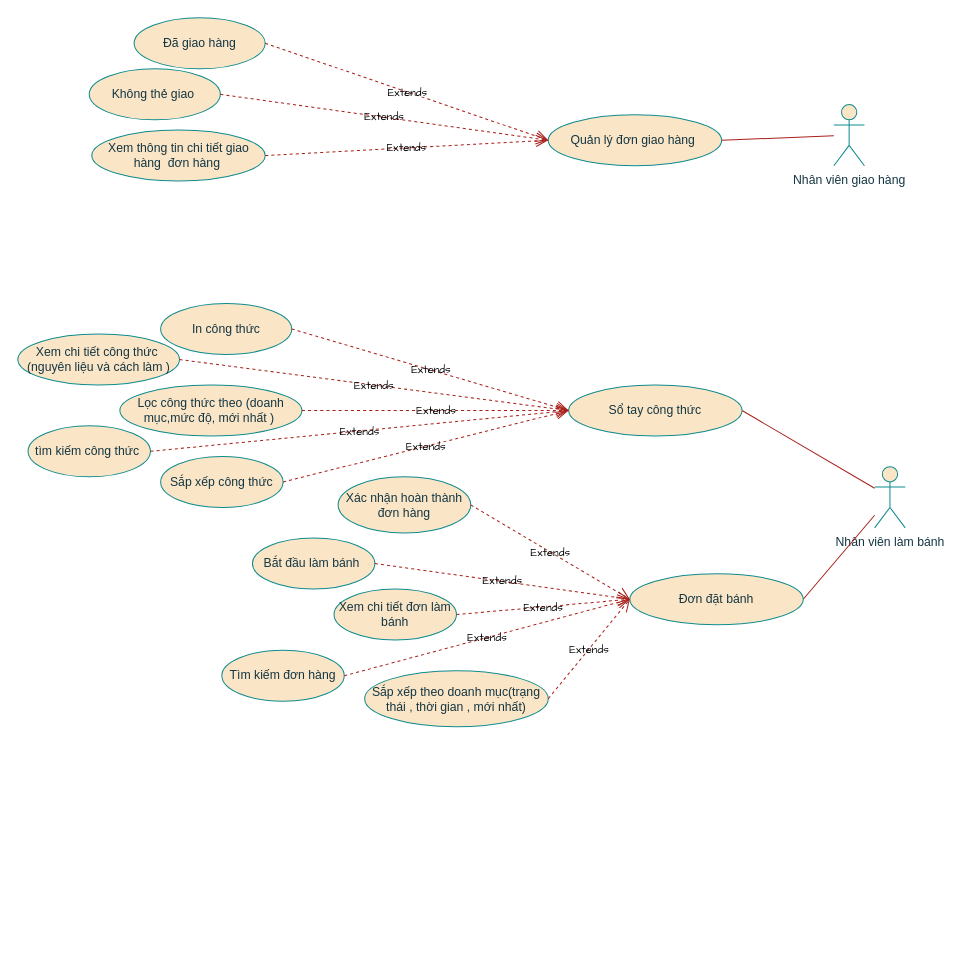
Earlier version of the draw.io diagram page "Nhân viên" (6 of 6) of Sơ đồ/UseCaseBakeryLuna.diagram.drawio (Thong5279/LunaBakeryDeploy). Source tidied: cells renumbered, new cells numbered last; positions are measured from the earlier drawing's top-left corner, leaving out a move shared by most shapes. Both pictures are drawn from the tidied source at 102%, with x=0, y=0 at pixel (17, 17).
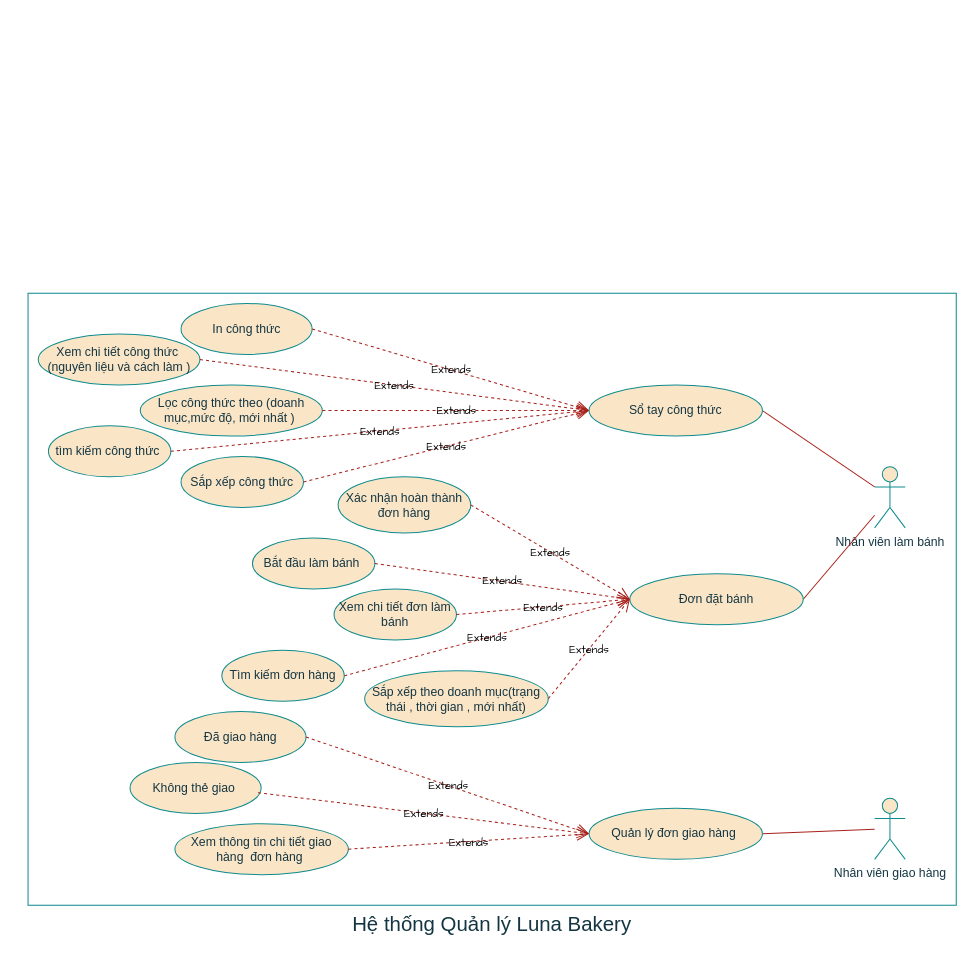
The same page after the edit.

Commit message:
Cập nhật sơ đồ Use Case cho hệ thống Quản lý Luna Bakery, điều chỉnh vị trí và kích thước các đối tượng để cải thiện tính trực quan và dễ hiểu.

Change to the diagram source:
```diff
@@
     <mxCell id="3" value="Nhân viên giao hàng" style="shape=umlActor;verticalLabelPosition=bottom;verticalAlign=top;html=1;labelBackgroundColor=none;fillColor=#FAE5C7;strokeColor=#0F8B8D;fontColor=#143642;" parent="1" vertex="1">
-      <mxGeometry x="800" y="85" width="30" height="60" as="geometry" />
+      <mxGeometry x="840" y="765" width="30" height="60" as="geometry" />
     </mxCell>
@@
     <mxCell id="7" value="Quản lý đơn giao hàng&amp;nbsp;" style="ellipse;whiteSpace=wrap;html=1;labelBackgroundColor=none;fillColor=#FAE5C7;strokeColor=#0F8B8D;fontColor=#143642;" parent="1" vertex="1">
-      <mxGeometry x="520" y="95" width="170" height="50" as="geometry" />
+      <mxGeometry x="560" y="775" width="170" height="50" as="geometry" />
     </mxCell>
     <mxCell id="8" value="Xem thông tin chi tiết giao hàng&amp;nbsp; đơn hàng&amp;nbsp;" style="ellipse;whiteSpace=wrap;html=1;labelBackgroundColor=none;fillColor=#FAE5C7;strokeColor=#0F8B8D;fontColor=#143642;" parent="1" vertex="1">
-      <mxGeometry x="72.5" y="110" width="170" height="50" as="geometry" />
+      <mxGeometry x="154" y="790" width="170" height="50" as="geometry" />
     </mxCell>
@@
     <mxCell id="10" value="Sổ tay công thức" style="ellipse;whiteSpace=wrap;html=1;labelBackgroundColor=none;fillColor=#FAE5C7;strokeColor=#0F8B8D;fontColor=#143642;" parent="1" vertex="1">
-      <mxGeometry x="540" y="360" width="170" height="50" as="geometry" />
+      <mxGeometry x="560" y="360" width="170" height="50" as="geometry" />
     </mxCell>
     <mxCell id="11" value="tìm kiếm công thức&amp;nbsp;" style="ellipse;whiteSpace=wrap;html=1;labelBackgroundColor=none;fillColor=#FAE5C7;strokeColor=#0F8B8D;fontColor=#143642;" parent="1" vertex="1">
-      <mxGeometry x="10" y="400" width="120" height="50" as="geometry" />
+      <mxGeometry x="30" y="400" width="120" height="50" as="geometry" />
     </mxCell>
@@
     <mxCell id="13" value="Lọc công thức theo (doanh mục,mức độ, mới nhất )&amp;nbsp;" style="ellipse;whiteSpace=wrap;html=1;labelBackgroundColor=none;fillColor=#FAE5C7;strokeColor=#0F8B8D;fontColor=#143642;" parent="1" vertex="1">
-      <mxGeometry x="100" y="360" width="178.5" height="50" as="geometry" />
+      <mxGeometry x="120" y="360" width="178.5" height="50" as="geometry" />
     </mxCell>
@@
     <mxCell id="15" value="Xem chi tiết công thức&amp;nbsp;&lt;br&gt;(nguyên liệu và cách làm )" style="ellipse;whiteSpace=wrap;html=1;labelBackgroundColor=none;fillColor=#FAE5C7;strokeColor=#0F8B8D;fontColor=#143642;" parent="1" vertex="1">
-      <mxGeometry y="310" width="158.5" height="50" as="geometry" />
+      <mxGeometry x="20" y="310" width="158.5" height="50" as="geometry" />
     </mxCell>
@@
     <mxCell id="17" value="In công thức" style="ellipse;whiteSpace=wrap;html=1;labelBackgroundColor=none;fillColor=#FAE5C7;strokeColor=#0F8B8D;fontColor=#143642;" parent="1" vertex="1">
-      <mxGeometry x="140" y="280" width="128.5" height="50" as="geometry" />
+      <mxGeometry x="160" y="280" width="128.5" height="50" as="geometry" />
     </mxCell>
@@
     <mxCell id="19" value="Sắp xếp công thức" style="ellipse;whiteSpace=wrap;html=1;labelBackgroundColor=none;fillColor=#FAE5C7;strokeColor=#0F8B8D;fontColor=#143642;" parent="1" vertex="1">
-      <mxGeometry x="140" y="430" width="120" height="50" as="geometry" />
+      <mxGeometry x="160" y="430" width="120" height="50" as="geometry" />
     </mxCell>
@@
     <mxCell id="31" value="Đã giao hàng" style="ellipse;whiteSpace=wrap;html=1;labelBackgroundColor=none;fillColor=#FAE5C7;strokeColor=#0F8B8D;fontColor=#143642;" parent="1" vertex="1">
-      <mxGeometry x="114" width="128.5" height="50" as="geometry" />
+      <mxGeometry x="154" y="680" width="128.5" height="50" as="geometry" />
     </mxCell>
@@
     <mxCell id="33" value="Không thẻ giao&amp;nbsp;" style="ellipse;whiteSpace=wrap;html=1;labelBackgroundColor=none;fillColor=#FAE5C7;strokeColor=#0F8B8D;fontColor=#143642;" parent="1" vertex="1">
-      <mxGeometry x="70" y="50" width="128.5" height="50" as="geometry" />
+      <mxGeometry x="110" y="730" width="128.5" height="50" as="geometry" />
     </mxCell>
-    <mxCell id="34" value="Extends" style="endArrow=open;endSize=10;endFill=0;html=1;rounded=0;hachureGap=4;fontFamily=Architects Daughter;exitX=1;exitY=0.5;exitDx=0;exitDy=0;entryX=0;entryY=0.5;entryDx=0;entryDy=0;startFill=0;startArrow=none;labelBackgroundColor=none;strokeColor=#A8201A;fontColor=default;dashed=1;" parent="1" edge="1" source="33" target="7">
+    <mxCell id="34" value="Extends" style="endArrow=open;endSize=10;endFill=0;html=1;rounded=0;hachureGap=4;fontFamily=Architects Daughter;exitX=0.976;exitY=0.592;exitDx=0;exitDy=0;entryX=0;entryY=0.5;entryDx=0;entryDy=0;startFill=0;startArrow=none;labelBackgroundColor=none;strokeColor=#A8201A;fontColor=default;dashed=1;exitPerimeter=0;" parent="1" edge="1" source="33" target="7">
       <mxGeometry relative="1" as="geometry" />
     </mxCell>
@@
+    <mxCell id="36" value="Hệ thống Quản lý Luna Bakery" style="shape=rectangle;labelPosition=top;verticalLabelPosition=bottom;align=center;verticalAlign=top;whiteSpace=wrap;fillColor=none;fontSize=20;labelBackgroundColor=none;strokeColor=#0F8B8D;fontColor=#143642;" parent="1" vertex="1">
+      <mxGeometry x="10" y="270" width="910" height="600" as="geometry" />
+    </mxCell>
```
